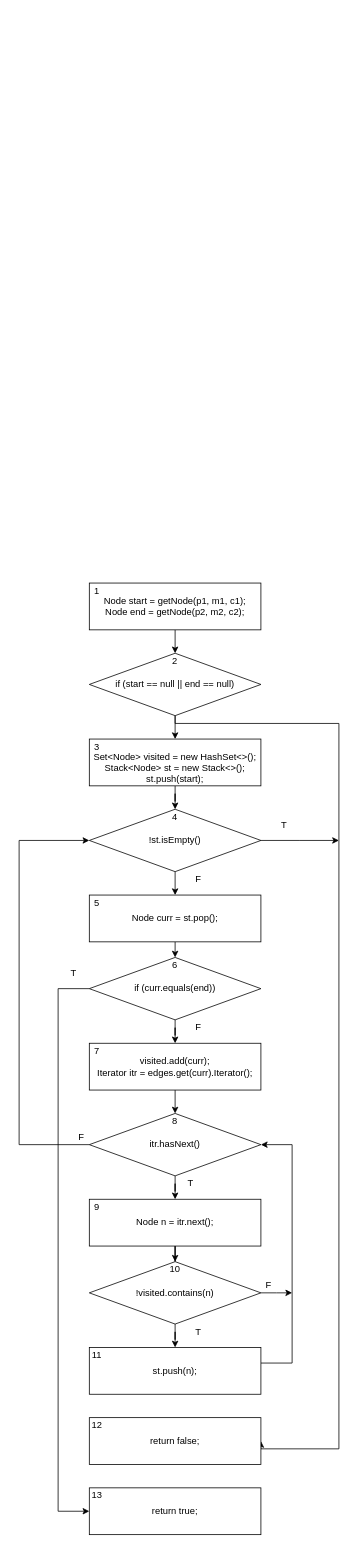
Above: page "isReachable" (5 of 6) of proj1-skeleton/flowcharts/proj1.drawio in luke-jiang/CS_510 (draw.io), before the change. Source tidied: cells renumbered, new cells numbered last; positions are measured from the earlier drawing's top-left corner, leaving out a move shared by most shapes. Both pictures are drawn from the tidied source at 78%, with x=0, y=0 at pixel (19, 583).
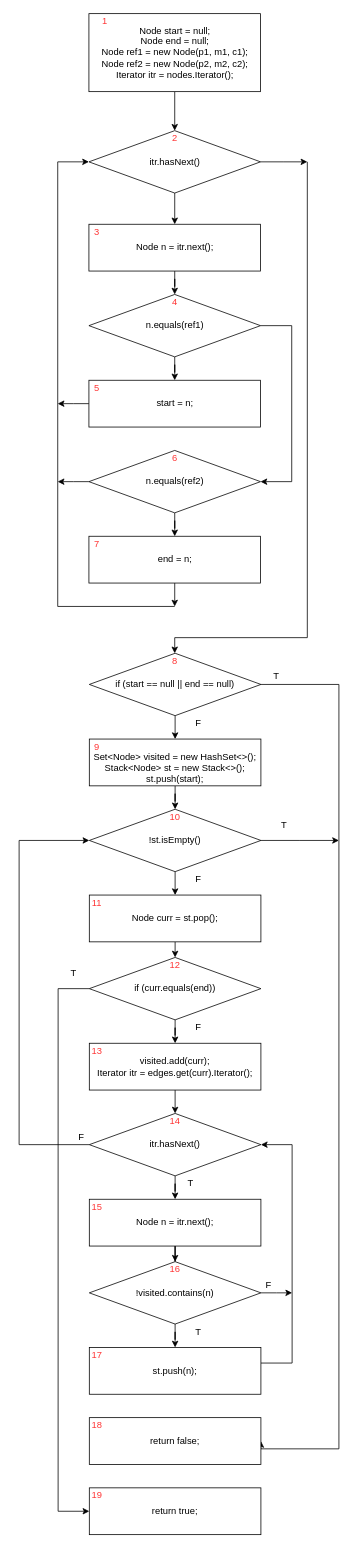
Above is the later version.

Unchanged cells that the change refers to:
```xml
<mxCell id="8" value="if (start == null || end == null)" style="rhombus;whiteSpace=wrap;html=1;" parent="1" vertex="1">
  <mxGeometry x="90" y="90" width="220" height="80" as="geometry" />
</mxCell>
<mxCell id="12" value="return false;" style="rounded=0;whiteSpace=wrap;html=1;" parent="1" vertex="1">
  <mxGeometry x="90" y="1070" width="220" height="60" as="geometry" />
</mxCell>
```

The edit, as a diff of the source:
```diff
@@
-    <mxCell id="2" style="edgeStyle=orthogonalEdgeStyle;rounded=0;jettySize=auto;html=1;exitX=0.5;exitY=1;exitDx=0;exitDy=0;entryX=0.5;entryY=0;entryDx=0;entryDy=0;" parent="1" edge="1" source="3" target="8">
-      <mxGeometry relative="1" as="geometry" />
-    </mxCell>
+    <mxCell id="52" style="edgeStyle=orthogonalEdgeStyle;rounded=0;jettySize=auto;html=1;exitX=0.5;exitY=1;exitDx=0;exitDy=0;entryX=0.5;entryY=0;entryDx=0;entryDy=0;fontColor=#FF3333;" parent="1" edge="1" source="3" target="74">
+      <mxGeometry relative="1" as="geometry" />
+    </mxCell>
-    <mxCell id="3" value="Node start = getNode(p1, m1, c1);&lt;br&gt;Node end = getNode(p2, m2, c2);" style="rounded=0;whiteSpace=wrap;html=1;" parent="1" vertex="1">
-      <mxGeometry x="90" width="220" height="60" as="geometry" />
+    <mxCell id="3" value="Node start = null;&lt;br&gt;Node end = null;&lt;br&gt;Node ref1 = new Node(p1, m1, c1);&lt;br&gt;Node ref2 = new Node(p2, m2, c2);&lt;br&gt;Iterator itr = nodes.Iterator();" style="rounded=0;whiteSpace=wrap;html=1;" parent="1" vertex="1">
+      <mxGeometry x="89.5" y="-730" width="220" height="100" as="geometry" />
     </mxCell>
@@
     <mxCell id="7" style="edgeStyle=orthogonalEdgeStyle;rounded=0;jettySize=auto;html=1;entryX=1;entryY=0.5;entryDx=0;entryDy=0;" parent="1" edge="1" source="8" target="12">
       <mxGeometry relative="1" as="geometry">
         <Array as="points">
-          <mxPoint x="200" y="180" />
-          <mxPoint x="410" y="180" />
+          <mxPoint x="410" y="130" />
           <mxPoint x="410" y="1110" />
           <mxPoint x="310" y="1110" />
         </Array>
       </mxGeometry>
     </mxCell>
@@
-    <mxCell id="39" value="1" style="text;html=1;strokeColor=none;fillColor=none;align=center;verticalAlign=middle;whiteSpace=wrap;rounded=0;" parent="1" vertex="1">
-      <mxGeometry x="80" width="40" height="20" as="geometry" />
+    <mxCell id="39" value="1" style="text;html=1;strokeColor=none;fillColor=none;align=center;verticalAlign=middle;whiteSpace=wrap;rounded=0;fontColor=#FF3333;" parent="1" vertex="1">
+      <mxGeometry x="89.5" y="-730" width="40" height="20" as="geometry" />
     </mxCell>
-    <mxCell id="40" value="2" style="text;html=1;strokeColor=none;fillColor=none;align=center;verticalAlign=middle;whiteSpace=wrap;rounded=0;" parent="1" vertex="1">
+    <mxCell id="40" value="8" style="text;html=1;strokeColor=none;fillColor=none;align=center;verticalAlign=middle;whiteSpace=wrap;rounded=0;fontColor=#FF3333;" parent="1" vertex="1">
       <mxGeometry x="180" y="90" width="40" height="20" as="geometry" />
     </mxCell>
-    <mxCell id="41" value="3" style="text;html=1;strokeColor=none;fillColor=none;align=center;verticalAlign=middle;whiteSpace=wrap;rounded=0;" parent="1" vertex="1">
+    <mxCell id="41" value="9" style="text;html=1;strokeColor=none;fillColor=none;align=center;verticalAlign=middle;whiteSpace=wrap;rounded=0;fontColor=#FF3333;" parent="1" vertex="1">
       <mxGeometry x="80" y="200" width="40" height="20" as="geometry" />
     </mxCell>
-    <mxCell id="42" value="4" style="text;html=1;strokeColor=none;fillColor=none;align=center;verticalAlign=middle;whiteSpace=wrap;rounded=0;" parent="1" vertex="1">
+    <mxCell id="42" value="10" style="text;html=1;strokeColor=none;fillColor=none;align=center;verticalAlign=middle;whiteSpace=wrap;rounded=0;fontColor=#FF3333;" parent="1" vertex="1">
       <mxGeometry x="180" y="290" width="40" height="20" as="geometry" />
     </mxCell>
-    <mxCell id="43" value="5" style="text;html=1;strokeColor=none;fillColor=none;align=center;verticalAlign=middle;whiteSpace=wrap;rounded=0;" parent="1" vertex="1">
+    <mxCell id="43" value="11" style="text;html=1;strokeColor=none;fillColor=none;align=center;verticalAlign=middle;whiteSpace=wrap;rounded=0;fontColor=#FF3333;" parent="1" vertex="1">
       <mxGeometry x="80" y="400" width="40" height="20" as="geometry" />
     </mxCell>
-    <mxCell id="44" value="6" style="text;html=1;strokeColor=none;fillColor=none;align=center;verticalAlign=middle;whiteSpace=wrap;rounded=0;" parent="1" vertex="1">
+    <mxCell id="44" value="12" style="text;html=1;strokeColor=none;fillColor=none;align=center;verticalAlign=middle;whiteSpace=wrap;rounded=0;fontColor=#FF3333;" parent="1" vertex="1">
       <mxGeometry x="180" y="480" width="40" height="20" as="geometry" />
     </mxCell>
-    <mxCell id="45" value="7" style="text;html=1;strokeColor=none;fillColor=none;align=center;verticalAlign=middle;whiteSpace=wrap;rounded=0;" parent="1" vertex="1">
+    <mxCell id="45" value="13" style="text;html=1;strokeColor=none;fillColor=none;align=center;verticalAlign=middle;whiteSpace=wrap;rounded=0;fontColor=#FF3333;" parent="1" vertex="1">
       <mxGeometry x="80" y="590" width="40" height="20" as="geometry" />
     </mxCell>
-    <mxCell id="46" value="8" style="text;html=1;strokeColor=none;fillColor=none;align=center;verticalAlign=middle;whiteSpace=wrap;rounded=0;" parent="1" vertex="1">
+    <mxCell id="46" value="14" style="text;html=1;strokeColor=none;fillColor=none;align=center;verticalAlign=middle;whiteSpace=wrap;rounded=0;fontColor=#FF3333;" parent="1" vertex="1">
       <mxGeometry x="180" y="680" width="40" height="20" as="geometry" />
     </mxCell>
-    <mxCell id="47" value="9" style="text;html=1;strokeColor=none;fillColor=none;align=center;verticalAlign=middle;whiteSpace=wrap;rounded=0;" parent="1" vertex="1">
+    <mxCell id="47" value="15" style="text;html=1;strokeColor=none;fillColor=none;align=center;verticalAlign=middle;whiteSpace=wrap;rounded=0;fontColor=#FF3333;" parent="1" vertex="1">
       <mxGeometry x="80" y="790" width="40" height="20" as="geometry" />
     </mxCell>
-    <mxCell id="48" value="10" style="text;html=1;strokeColor=none;fillColor=none;align=center;verticalAlign=middle;whiteSpace=wrap;rounded=0;" parent="1" vertex="1">
+    <mxCell id="48" value="16" style="text;html=1;strokeColor=none;fillColor=none;align=center;verticalAlign=middle;whiteSpace=wrap;rounded=0;fontColor=#FF3333;" parent="1" vertex="1">
       <mxGeometry x="180" y="870" width="40" height="20" as="geometry" />
     </mxCell>
-    <mxCell id="49" value="11" style="text;html=1;strokeColor=none;fillColor=none;align=center;verticalAlign=middle;whiteSpace=wrap;rounded=0;" parent="1" vertex="1">
+    <mxCell id="49" value="17" style="text;html=1;strokeColor=none;fillColor=none;align=center;verticalAlign=middle;whiteSpace=wrap;rounded=0;fontColor=#FF3333;" parent="1" vertex="1">
       <mxGeometry x="80" y="980" width="40" height="20" as="geometry" />
     </mxCell>
-    <mxCell id="50" value="12" style="text;html=1;strokeColor=none;fillColor=none;align=center;verticalAlign=middle;whiteSpace=wrap;rounded=0;" parent="1" vertex="1">
+    <mxCell id="50" value="18" style="text;html=1;strokeColor=none;fillColor=none;align=center;verticalAlign=middle;whiteSpace=wrap;rounded=0;fontColor=#FF3333;" parent="1" vertex="1">
       <mxGeometry x="80" y="1070" width="40" height="20" as="geometry" />
     </mxCell>
-    <mxCell id="51" value="13" style="text;html=1;strokeColor=none;fillColor=none;align=center;verticalAlign=middle;whiteSpace=wrap;rounded=0;" parent="1" vertex="1">
+    <mxCell id="51" value="19" style="text;html=1;strokeColor=none;fillColor=none;align=center;verticalAlign=middle;whiteSpace=wrap;rounded=0;fontColor=#FF3333;" parent="1" vertex="1">
       <mxGeometry x="80" y="1160" width="40" height="20" as="geometry" />
     </mxCell>
+    <mxCell id="53" style="edgeStyle=orthogonalEdgeStyle;rounded=0;orthogonalLoop=1;jettySize=auto;html=1;entryX=0.5;entryY=0;entryDx=0;entryDy=0;" parent="1" edge="1">
+      <mxGeometry relative="1" as="geometry">
+        <mxPoint x="199.5" y="70" as="sourcePoint" />
+        <mxPoint x="199.5" y="90" as="targetPoint" />
+      </mxGeometry>
+    </mxCell>
+    <mxCell id="54" style="edgeStyle=orthogonalEdgeStyle;rounded=0;jettySize=auto;html=1;fontColor=#000000;" parent="1" edge="1" source="56" target="58">
+      <mxGeometry relative="1" as="geometry" />
+    </mxCell>
+    <mxCell id="55" style="edgeStyle=orthogonalEdgeStyle;rounded=0;jettySize=auto;html=1;fontColor=#000000;" parent="1" edge="1" source="56">
+      <mxGeometry relative="1" as="geometry">
+        <mxPoint x="369.5" y="-540" as="targetPoint" />
+      </mxGeometry>
+    </mxCell>
+    <mxCell id="56" value="itr.hasNext()" style="rhombus;whiteSpace=wrap;html=1;fontColor=#000000;" parent="1" vertex="1">
+      <mxGeometry x="89.5" y="-580" width="220" height="80" as="geometry" />
+    </mxCell>
+    <mxCell id="57" style="edgeStyle=orthogonalEdgeStyle;rounded=0;jettySize=auto;html=1;entryX=0.5;entryY=0;entryDx=0;entryDy=0;fontColor=#000000;" parent="1" edge="1" source="58" target="61">
+      <mxGeometry relative="1" as="geometry" />
+    </mxCell>
+    <mxCell id="58" value="Node n = itr.next();" style="rounded=0;whiteSpace=wrap;html=1;fontColor=#000000;" parent="1" vertex="1">
+      <mxGeometry x="89.5" y="-460" width="220" height="60" as="geometry" />
+    </mxCell>
+    <mxCell id="59" style="edgeStyle=orthogonalEdgeStyle;rounded=0;jettySize=auto;html=1;fontColor=#000000;" parent="1" edge="1" source="61" target="63">
+      <mxGeometry relative="1" as="geometry" />
+    </mxCell>
+    <mxCell id="60" style="edgeStyle=orthogonalEdgeStyle;rounded=0;jettySize=auto;html=1;fontColor=#000000;" parent="1" edge="1" source="61" target="66">
+      <mxGeometry relative="1" as="geometry">
+        <Array as="points">
+          <mxPoint x="349.5" y="-330" />
+          <mxPoint x="349.5" y="-130" />
+        </Array>
+      </mxGeometry>
+    </mxCell>
+    <mxCell id="61" value="n.equals(ref1)" style="rhombus;whiteSpace=wrap;html=1;fontColor=#000000;" parent="1" vertex="1">
+      <mxGeometry x="89.5" y="-370" width="220" height="80" as="geometry" />
+    </mxCell>
+    <mxCell id="62" style="edgeStyle=orthogonalEdgeStyle;rounded=0;jettySize=auto;html=1;fontColor=#000000;" parent="1" edge="1" source="63">
+      <mxGeometry relative="1" as="geometry">
+        <mxPoint x="49.5" y="-230" as="targetPoint" />
+      </mxGeometry>
+    </mxCell>
+    <mxCell id="63" value="start = n;" style="rounded=0;whiteSpace=wrap;html=1;fontColor=#000000;" parent="1" vertex="1">
+      <mxGeometry x="89.5" y="-260" width="220" height="60" as="geometry" />
+    </mxCell>
+    <mxCell id="64" style="edgeStyle=orthogonalEdgeStyle;rounded=0;jettySize=auto;html=1;exitX=0.5;exitY=1;exitDx=0;exitDy=0;fontColor=#000000;" parent="1" edge="1" source="66" target="68">
+      <mxGeometry relative="1" as="geometry" />
+    </mxCell>
+    <mxCell id="65" style="edgeStyle=orthogonalEdgeStyle;rounded=0;jettySize=auto;html=1;fontColor=#000000;" parent="1" edge="1" source="66">
+      <mxGeometry relative="1" as="geometry">
+        <mxPoint x="49.5" y="-130" as="targetPoint" />
+      </mxGeometry>
+    </mxCell>
+    <mxCell id="66" value="n.equals(ref2)" style="rhombus;whiteSpace=wrap;html=1;fontColor=#000000;" parent="1" vertex="1">
+      <mxGeometry x="89.5" y="-170" width="220" height="80" as="geometry" />
+    </mxCell>
+    <mxCell id="67" style="edgeStyle=orthogonalEdgeStyle;rounded=0;jettySize=auto;html=1;exitX=0.5;exitY=1;exitDx=0;exitDy=0;fontColor=#000000;" parent="1" edge="1" source="68">
+      <mxGeometry relative="1" as="geometry">
+        <mxPoint x="199.5" y="30" as="targetPoint" />
+      </mxGeometry>
+    </mxCell>
+    <mxCell id="68" value="end = n;" style="rounded=0;whiteSpace=wrap;html=1;fontColor=#000000;" parent="1" vertex="1">
+      <mxGeometry x="89.5" y="-60" width="220" height="60" as="geometry" />
+    </mxCell>
+    <mxCell id="69" style="endArrow=none;html=1;fontColor=#000000;" parent="1" edge="1">
+      <mxGeometry relative="1" as="geometry">
+        <mxPoint x="49.5" y="30" as="sourcePoint" />
+        <mxPoint x="49.5" y="-540" as="targetPoint" />
+      </mxGeometry>
+    </mxCell>
+    <mxCell id="70" style="endArrow=classic;html=1;fontColor=#000000;" parent="1" edge="1" target="56">
+      <mxGeometry relative="1" as="geometry">
+        <mxPoint x="49.5" y="-540" as="sourcePoint" />
+      </mxGeometry>
+    </mxCell>
+    <mxCell id="71" style="endArrow=none;html=1;fontColor=#000000;" parent="1" edge="1">
+      <mxGeometry relative="1" as="geometry">
+        <mxPoint x="49.5" y="30" as="sourcePoint" />
+        <mxPoint x="199.5" y="30" as="targetPoint" />
+      </mxGeometry>
+    </mxCell>
+    <mxCell id="72" style="endArrow=none;html=1;fontColor=#000000;" parent="1" edge="1">
+      <mxGeometry relative="1" as="geometry">
+        <mxPoint x="369.5" y="70" as="sourcePoint" />
+        <mxPoint x="369.5" y="-540" as="targetPoint" />
+      </mxGeometry>
+    </mxCell>
+    <mxCell id="73" style="endArrow=none;html=1;fontColor=#000000;" parent="1" edge="1">
+      <mxGeometry relative="1" as="geometry">
+        <mxPoint x="199.5" y="70" as="sourcePoint" />
+        <mxPoint x="369.5" y="70" as="targetPoint" />
+      </mxGeometry>
+    </mxCell>
+    <mxCell id="74" value="2" style="text;html=1;strokeColor=none;fillColor=none;align=center;verticalAlign=middle;whiteSpace=wrap;rounded=0;fontColor=#FF3333;" parent="1" vertex="1">
+      <mxGeometry x="179.5" y="-580" width="40" height="20" as="geometry" />
+    </mxCell>
+    <mxCell id="75" value="3" style="text;html=1;strokeColor=none;fillColor=none;align=center;verticalAlign=middle;whiteSpace=wrap;rounded=0;fontColor=#FF3333;" parent="1" vertex="1">
+      <mxGeometry x="79.5" y="-460" width="40" height="20" as="geometry" />
+    </mxCell>
+    <mxCell id="76" value="4" style="text;html=1;strokeColor=none;fillColor=none;align=center;verticalAlign=middle;whiteSpace=wrap;rounded=0;fontColor=#FF3333;" parent="1" vertex="1">
+      <mxGeometry x="179.5" y="-370" width="40" height="20" as="geometry" />
+    </mxCell>
+    <mxCell id="77" value="5" style="text;html=1;strokeColor=none;fillColor=none;align=center;verticalAlign=middle;whiteSpace=wrap;rounded=0;fontColor=#FF3333;" parent="1" vertex="1">
+      <mxGeometry x="79.5" y="-260" width="40" height="20" as="geometry" />
+    </mxCell>
+    <mxCell id="78" value="6" style="text;html=1;strokeColor=none;fillColor=none;align=center;verticalAlign=middle;whiteSpace=wrap;rounded=0;fontColor=#FF3333;" parent="1" vertex="1">
+      <mxGeometry x="179.5" y="-170" width="40" height="20" as="geometry" />
+    </mxCell>
+    <mxCell id="79" value="7" style="text;html=1;strokeColor=none;fillColor=none;align=center;verticalAlign=middle;whiteSpace=wrap;rounded=0;fontColor=#FF3333;" parent="1" vertex="1">
+      <mxGeometry x="79.5" y="-60" width="40" height="20" as="geometry" />
+    </mxCell>
+    <mxCell id="80" value="T" style="text;html=1;strokeColor=none;fillColor=none;align=center;verticalAlign=middle;whiteSpace=wrap;rounded=0;" parent="1" vertex="1">
+      <mxGeometry x="309.5" y="110" width="40" height="20" as="geometry" />
+    </mxCell>
+    <mxCell id="81" value="F" style="text;html=1;strokeColor=none;fillColor=none;align=center;verticalAlign=middle;whiteSpace=wrap;rounded=0;fontColor=#000000;" parent="1" vertex="1">
+      <mxGeometry x="210" y="170" width="40" height="20" as="geometry" />
+    </mxCell>
```
